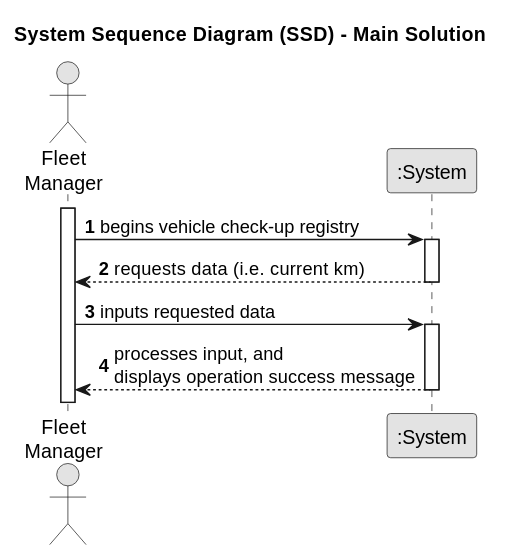
Above: docs/sprintA/us007/01.requirements-engineering/svg/us007-system-sequence-diagram-main-solution.svg in Departamento-de-Engenharia-Informatica/lei-24-s2-1dkl-g134 (PlantUML), before the change.
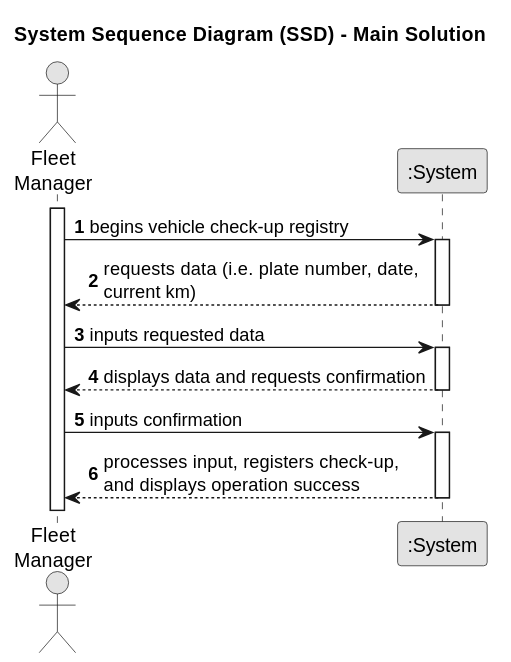
After the change.

What changed in the source:
```diff
@@ -15,12 +15,18 @@
     Employee -> System : begins vehicle check-up registry
     activate System
 
-        System --> Employee : requests data (i.e.  current km)
+        System --> Employee : requests data (i.e.  plate number, date,\ncurrent km)
     deactivate System
 
     Employee -> System : inputs requested data
     activate System
 
-        System --> Employee : processes input, and\ndisplays operation success message
+        System --> Employee : displays data and requests confirmation
+    deactivate System
+
+    Employee -> System : inputs confirmation
+    activate System
+
+        System --> Employee : processes input, registers check-up,\nand displays operation success
     deactivate System
 @enduml
```
